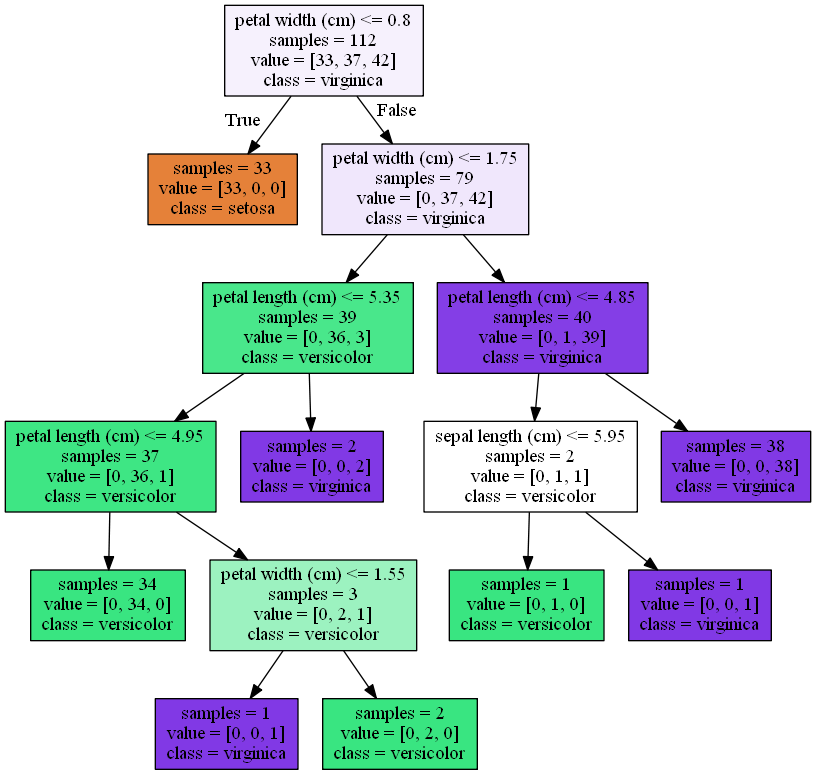
This is arbol.png from cristiandazamafioli/clasificacion-arbol-de-decision, a Graphviz export, as it was before one commit. Its source is kept beside it as arbol.dot.
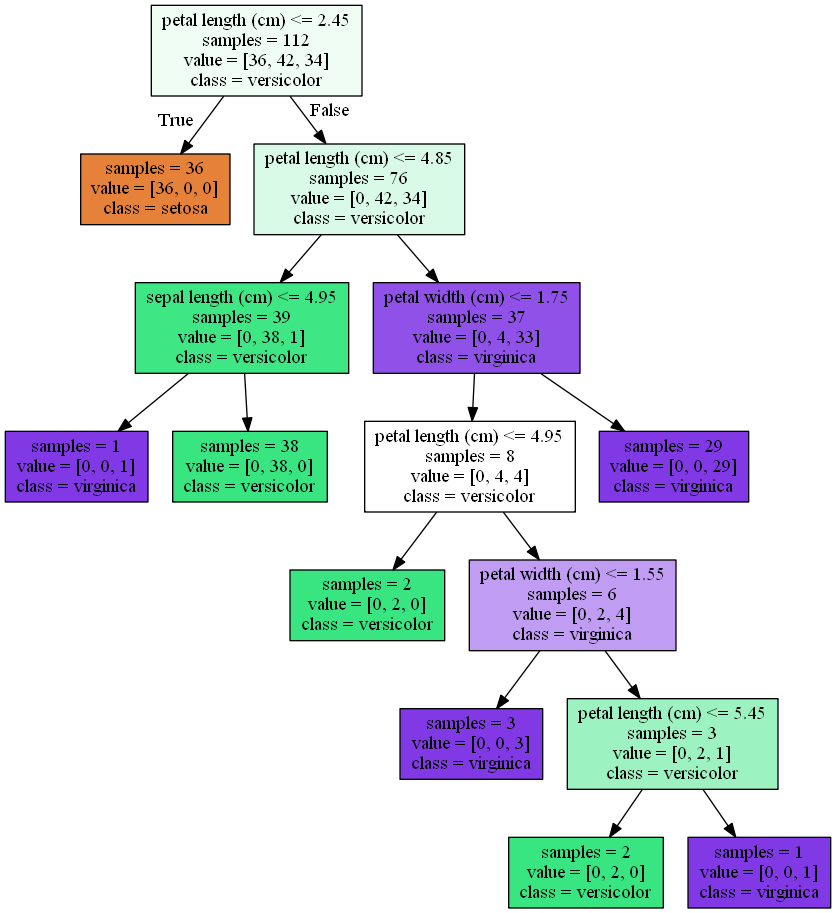
After the commit.

Commit message:
grafico del arbol generado dentro y fuera de jupyter

The edit, as a diff of the source:
```diff
@@ -1,32 +1,32 @@
 digraph Tree {
 node [shape=box, style="filled", color="black"] ;
-0 [label="petal width (cm) <= 0.8\nsamples = 112\nvalue = [33, 37, 42]\nclass = virginica", fillcolor="#8139e511"] ;
-1 [label="samples = 33\nvalue = [33, 0, 0]\nclass = setosa", fillcolor="#e58139ff"] ;
+0 [label="petal length (cm) <= 2.45\nsamples = 112\nvalue = [36, 42, 34]\nclass = versicolor", fillcolor="#39e58114"] ;
+1 [label="samples = 36\nvalue = [36, 0, 0]\nclass = setosa", fillcolor="#e58139ff"] ;
 0 -> 1 [labeldistance=2.5, labelangle=45, headlabel="True"] ;
-2 [label="petal width (cm) <= 1.75\nsamples = 79\nvalue = [0, 37, 42]\nclass = virginica", fillcolor="#8139e51e"] ;
+2 [label="petal length (cm) <= 4.85\nsamples = 76\nvalue = [0, 42, 34]\nclass = versicolor", fillcolor="#39e58131"] ;
 0 -> 2 [labeldistance=2.5, labelangle=-45, headlabel="False"] ;
-3 [label="petal length (cm) <= 5.35\nsamples = 39\nvalue = [0, 36, 3]\nclass = versicolor", fillcolor="#39e581ea"] ;
+3 [label="sepal length (cm) <= 4.95\nsamples = 39\nvalue = [0, 38, 1]\nclass = versicolor", fillcolor="#39e581f8"] ;
 2 -> 3 ;
-4 [label="petal length (cm) <= 4.95\nsamples = 37\nvalue = [0, 36, 1]\nclass = versicolor", fillcolor="#39e581f8"] ;
+4 [label="samples = 1\nvalue = [0, 0, 1]\nclass = virginica", fillcolor="#8139e5ff"] ;
 3 -> 4 ;
-5 [label="samples = 34\nvalue = [0, 34, 0]\nclass = versicolor", fillcolor="#39e581ff"] ;
-4 -> 5 ;
-6 [label="petal width (cm) <= 1.55\nsamples = 3\nvalue = [0, 2, 1]\nclass = versicolor", fillcolor="#39e5817f"] ;
-4 -> 6 ;
-7 [label="samples = 1\nvalue = [0, 0, 1]\nclass = virginica", fillcolor="#8139e5ff"] ;
+5 [label="samples = 38\nvalue = [0, 38, 0]\nclass = versicolor", fillcolor="#39e581ff"] ;
+3 -> 5 ;
+6 [label="petal width (cm) <= 1.75\nsamples = 37\nvalue = [0, 4, 33]\nclass = virginica", fillcolor="#8139e5e0"] ;
+2 -> 6 ;
+7 [label="petal length (cm) <= 4.95\nsamples = 8\nvalue = [0, 4, 4]\nclass = versicolor", fillcolor="#39e58100"] ;
 6 -> 7 ;
 8 [label="samples = 2\nvalue = [0, 2, 0]\nclass = versicolor", fillcolor="#39e581ff"] ;
-6 -> 8 ;
-9 [label="samples = 2\nvalue = [0, 0, 2]\nclass = virginica", fillcolor="#8139e5ff"] ;
-3 -> 9 ;
-10 [label="petal length (cm) <= 4.85\nsamples = 40\nvalue = [0, 1, 39]\nclass = virginica", fillcolor="#8139e5f8"] ;
-2 -> 10 ;
-11 [label="sepal length (cm) <= 5.95\nsamples = 2\nvalue = [0, 1, 1]\nclass = versicolor", fillcolor="#39e58100"] ;
-10 -> 11 ;
-12 [label="samples = 1\nvalue = [0, 1, 0]\nclass = versicolor", fillcolor="#39e581ff"] ;
+7 -> 8 ;
+9 [label="petal width (cm) <= 1.55\nsamples = 6\nvalue = [0, 2, 4]\nclass = virginica", fillcolor="#8139e57f"] ;
+7 -> 9 ;
+10 [label="samples = 3\nvalue = [0, 0, 3]\nclass = virginica", fillcolor="#8139e5ff"] ;
+9 -> 10 ;
+11 [label="petal length (cm) <= 5.45\nsamples = 3\nvalue = [0, 2, 1]\nclass = versicolor", fillcolor="#39e5817f"] ;
+9 -> 11 ;
+12 [label="samples = 2\nvalue = [0, 2, 0]\nclass = versicolor", fillcolor="#39e581ff"] ;
 11 -> 12 ;
 13 [label="samples = 1\nvalue = [0, 0, 1]\nclass = virginica", fillcolor="#8139e5ff"] ;
 11 -> 13 ;
-14 [label="samples = 38\nvalue = [0, 0, 38]\nclass = virginica", fillcolor="#8139e5ff"] ;
-10 -> 14 ;
+14 [label="samples = 29\nvalue = [0, 0, 29]\nclass = virginica", fillcolor="#8139e5ff"] ;
+6 -> 14 ;
 }
```
